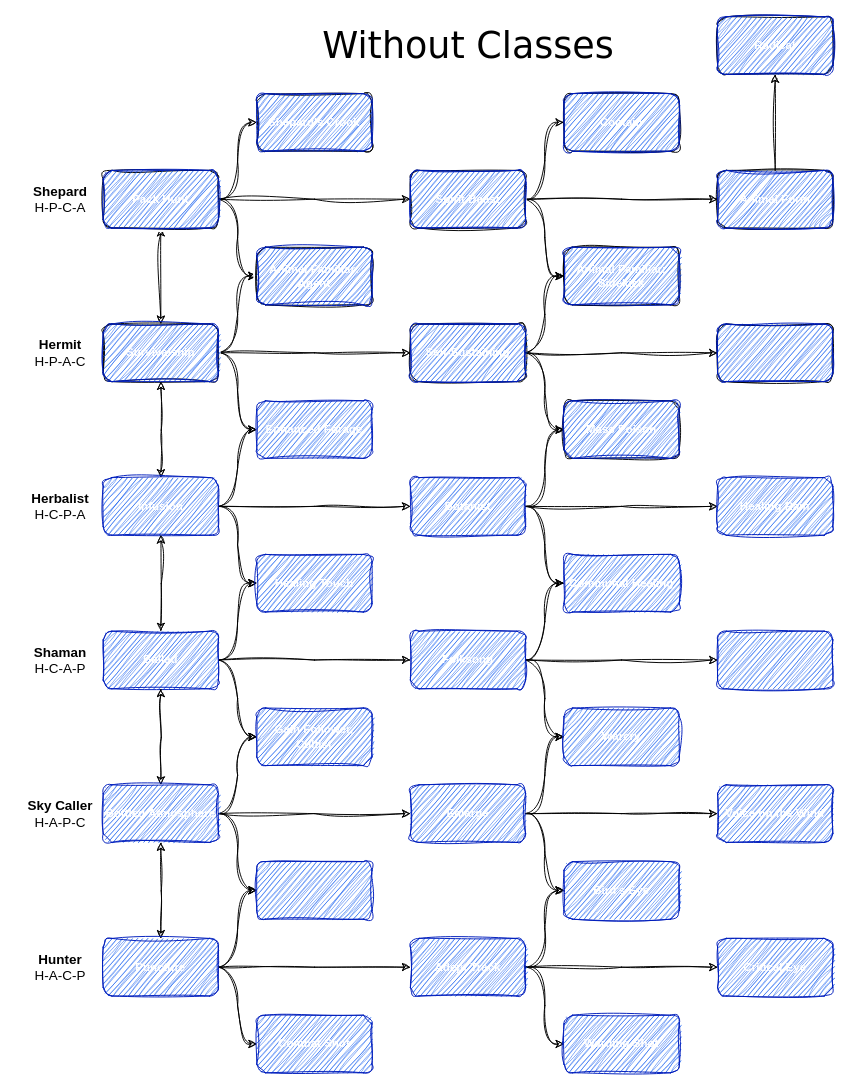
The draw.io diagram handbook/class_trees/without_classes_diagram.drawio in njs992/nialls_adventure_game, before the edit. Source tidied: cells renumbered, new cells numbered last; positions are measured from the earlier drawing's top-left corner, leaving out a move shared by most shapes. Both pictures are drawn from the tidied source at 96%, with x=0, y=0 at pixel (16, 16).
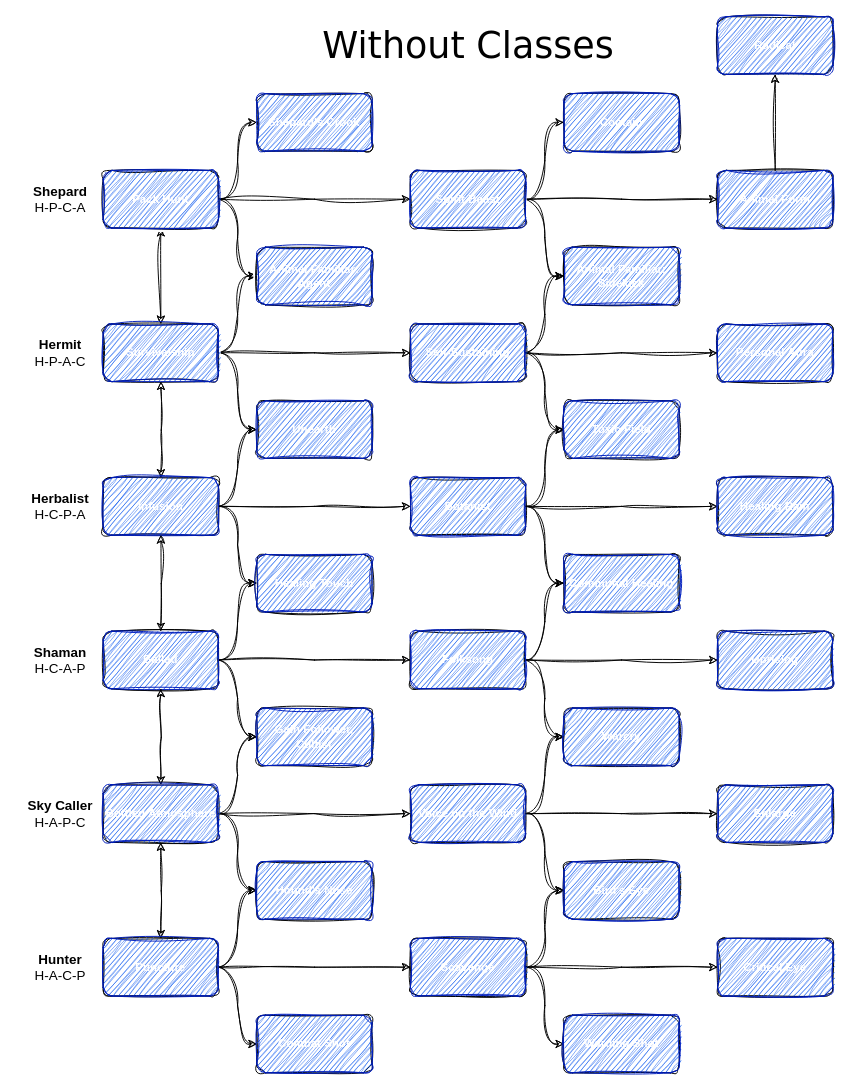
The same diagram, later.

Change to the diagram source:
```diff
@@
+    <mxCell id="96" style="rounded=1;whiteSpace=wrap;html=1;labelBackgroundColor=none;sketch=1;curveFitting=1;jiggle=2;" parent="1" vertex="1">
+      <mxGeometry x="250" y="400" width="120" height="60" as="geometry" />
+    </mxCell>
+    <mxCell id="97" style="rounded=1;whiteSpace=wrap;html=1;labelBackgroundColor=none;sketch=1;curveFitting=1;jiggle=2;" parent="1" vertex="1">
+      <mxGeometry x="90" y="480" width="120" height="60" as="geometry" />
+    </mxCell>
+    <mxCell id="98" style="rounded=1;whiteSpace=wrap;html=1;labelBackgroundColor=none;sketch=1;curveFitting=1;jiggle=2;" parent="1" vertex="1">
+      <mxGeometry x="410" y="480" width="120" height="60" as="geometry" />
+    </mxCell>
+    <mxCell id="99" style="rounded=1;whiteSpace=wrap;html=1;labelBackgroundColor=none;sketch=1;curveFitting=1;jiggle=2;" parent="1" vertex="1">
+      <mxGeometry x="730" y="480" width="120" height="60" as="geometry" />
+    </mxCell>
+    <mxCell id="100" style="rounded=1;whiteSpace=wrap;html=1;labelBackgroundColor=none;sketch=1;curveFitting=1;jiggle=2;" parent="1" vertex="1">
+      <mxGeometry x="250" y="560" width="120" height="60" as="geometry" />
+    </mxCell>
+    <mxCell id="101" style="rounded=1;whiteSpace=wrap;html=1;labelBackgroundColor=none;sketch=1;curveFitting=1;jiggle=2;" parent="1" vertex="1">
+      <mxGeometry x="570" y="560" width="120" height="60" as="geometry" />
+    </mxCell>
+    <mxCell id="102" style="rounded=1;whiteSpace=wrap;html=1;labelBackgroundColor=none;sketch=1;curveFitting=1;jiggle=2;" parent="1" vertex="1">
+      <mxGeometry x="90" y="640" width="120" height="60" as="geometry" />
+    </mxCell>
+    <mxCell id="103" style="rounded=1;whiteSpace=wrap;html=1;labelBackgroundColor=none;sketch=1;curveFitting=1;jiggle=2;" parent="1" vertex="1">
+      <mxGeometry x="410" y="640" width="120" height="60" as="geometry" />
+    </mxCell>
+    <mxCell id="104" style="rounded=1;whiteSpace=wrap;html=1;labelBackgroundColor=none;sketch=1;curveFitting=1;jiggle=2;" parent="1" vertex="1">
+      <mxGeometry x="730" y="640" width="120" height="60" as="geometry" />
+    </mxCell>
+    <mxCell id="105" style="rounded=1;whiteSpace=wrap;html=1;labelBackgroundColor=none;sketch=1;curveFitting=1;jiggle=2;" parent="1" vertex="1">
+      <mxGeometry x="250" y="720" width="120" height="60" as="geometry" />
+    </mxCell>
+    <mxCell id="106" style="rounded=1;whiteSpace=wrap;html=1;labelBackgroundColor=none;sketch=1;curveFitting=1;jiggle=2;" parent="1" vertex="1">
+      <mxGeometry x="570" y="720" width="120" height="60" as="geometry" />
+    </mxCell>
+    <mxCell id="107" style="rounded=1;whiteSpace=wrap;html=1;labelBackgroundColor=none;sketch=1;curveFitting=1;jiggle=2;" parent="1" vertex="1">
+      <mxGeometry x="90" y="800" width="120" height="60" as="geometry" />
+    </mxCell>
+    <mxCell id="108" style="rounded=1;whiteSpace=wrap;html=1;labelBackgroundColor=none;sketch=1;curveFitting=1;jiggle=2;" parent="1" vertex="1">
+      <mxGeometry x="410" y="800" width="120" height="60" as="geometry" />
+    </mxCell>
+    <mxCell id="109" style="rounded=1;whiteSpace=wrap;html=1;labelBackgroundColor=none;sketch=1;curveFitting=1;jiggle=2;" parent="1" vertex="1">
+      <mxGeometry x="730" y="800" width="120" height="60" as="geometry" />
+    </mxCell>
+    <mxCell id="110" style="rounded=1;whiteSpace=wrap;html=1;labelBackgroundColor=none;sketch=1;curveFitting=1;jiggle=2;" parent="1" vertex="1">
+      <mxGeometry x="250" y="880" width="120" height="60" as="geometry" />
+    </mxCell>
+    <mxCell id="111" style="rounded=1;whiteSpace=wrap;html=1;labelBackgroundColor=none;sketch=1;curveFitting=1;jiggle=2;" parent="1" vertex="1">
+      <mxGeometry x="570" y="880" width="120" height="60" as="geometry" />
+    </mxCell>
+    <mxCell id="112" style="rounded=1;whiteSpace=wrap;html=1;labelBackgroundColor=none;sketch=1;curveFitting=1;jiggle=2;" parent="1" vertex="1">
+      <mxGeometry x="730" y="960" width="120" height="60" as="geometry" />
+    </mxCell>
+    <mxCell id="113" style="rounded=1;whiteSpace=wrap;html=1;labelBackgroundColor=none;sketch=1;curveFitting=1;jiggle=2;" parent="1" vertex="1">
+      <mxGeometry x="410" y="960" width="120" height="60" as="geometry" />
+    </mxCell>
+    <mxCell id="114" style="rounded=1;whiteSpace=wrap;html=1;labelBackgroundColor=none;sketch=1;curveFitting=1;jiggle=2;" parent="1" vertex="1">
+      <mxGeometry x="90" y="960" width="120" height="60" as="geometry" />
+    </mxCell>
+    <mxCell id="115" style="rounded=1;whiteSpace=wrap;html=1;labelBackgroundColor=none;sketch=1;curveFitting=1;jiggle=2;" parent="1" vertex="1">
+      <mxGeometry x="250" y="1040" width="120" height="60" as="geometry" />
+    </mxCell>
+    <mxCell id="116" style="rounded=1;whiteSpace=wrap;html=1;labelBackgroundColor=none;sketch=1;curveFitting=1;jiggle=2;" parent="1" vertex="1">
+      <mxGeometry x="570" y="1040" width="120" height="60" as="geometry" />
+    </mxCell>
@@
-    <mxCell id="19" value="Enhanced Forage" style="rounded=1;whiteSpace=wrap;html=1;labelBackgroundColor=none;fillColor=#0050ef;strokeColor=#001DBC;fontColor=#ffffff;sketch=1;curveFitting=1;jiggle=2;fontStyle=1;" parent="1" vertex="1">
+    <mxCell id="19" value="Unearth" style="rounded=1;whiteSpace=wrap;html=1;labelBackgroundColor=none;fillColor=#0050ef;strokeColor=#001DBC;fontColor=#ffffff;sketch=1;curveFitting=1;jiggle=2;fontStyle=1;" parent="1" vertex="1">
       <mxGeometry x="250" y="400" width="120" height="60" as="geometry" />
     </mxCell>
@@
-    <mxCell id="37" style="rounded=1;whiteSpace=wrap;html=1;labelBackgroundColor=none;fillColor=#0050ef;strokeColor=#001DBC;fontColor=#ffffff;sketch=1;curveFitting=1;jiggle=2;fontStyle=1;" parent="1" vertex="1">
+    <mxCell id="37" value="Hound's Nose" style="rounded=1;whiteSpace=wrap;html=1;labelBackgroundColor=none;fillColor=#0050ef;strokeColor=#001DBC;fontColor=#ffffff;sketch=1;curveFitting=1;jiggle=2;fontStyle=1;" parent="1" vertex="1">
       <mxGeometry x="250" y="880" width="120" height="60" as="geometry" />
     </mxCell>
@@
-    <mxCell id="62" value="Enlarge" style="rounded=1;whiteSpace=wrap;html=1;labelBackgroundColor=none;fillColor=#0050ef;strokeColor=#001DBC;fontColor=#ffffff;sketch=1;curveFitting=1;jiggle=2;fontStyle=1;" parent="1" vertex="1">
+    <mxCell id="62" value="Voice on the Wind" style="rounded=1;whiteSpace=wrap;html=1;labelBackgroundColor=none;fillColor=#0050ef;strokeColor=#001DBC;fontColor=#ffffff;sketch=1;curveFitting=1;jiggle=2;fontStyle=1;" parent="1" vertex="1">
       <mxGeometry x="410" y="800" width="120" height="60" as="geometry" />
     </mxCell>
@@
-    <mxCell id="67" value="Adept Track" style="rounded=1;whiteSpace=wrap;html=1;labelBackgroundColor=none;fillColor=#0050ef;strokeColor=#001DBC;fontColor=#ffffff;sketch=1;curveFitting=1;jiggle=2;fontStyle=1;" parent="1" vertex="1">
+    <mxCell id="67" value="Scavenge" style="rounded=1;whiteSpace=wrap;html=1;labelBackgroundColor=none;fillColor=#0050ef;strokeColor=#001DBC;fontColor=#ffffff;sketch=1;curveFitting=1;jiggle=2;fontStyle=1;" parent="1" vertex="1">
       <mxGeometry x="410" y="960" width="120" height="60" as="geometry" />
     </mxCell>
@@
-    <mxCell id="74" style="rounded=1;whiteSpace=wrap;html=1;labelBackgroundColor=none;fillColor=#0050ef;strokeColor=#001DBC;fontColor=#ffffff;sketch=1;curveFitting=1;jiggle=2;fontStyle=1;" parent="1" vertex="1">
+    <mxCell id="74" value="Uprising" style="rounded=1;whiteSpace=wrap;html=1;labelBackgroundColor=none;fillColor=#0050ef;strokeColor=#001DBC;fontColor=#ffffff;sketch=1;curveFitting=1;jiggle=2;fontStyle=1;" parent="1" vertex="1">
       <mxGeometry x="730" y="640" width="120" height="60" as="geometry" />
     </mxCell>
-    <mxCell id="75" value="Voice on the Wind" style="rounded=1;whiteSpace=wrap;html=1;labelBackgroundColor=none;fillColor=#0050ef;strokeColor=#001DBC;fontColor=#ffffff;sketch=1;curveFitting=1;jiggle=2;fontStyle=1;" parent="1" vertex="1">
+    <mxCell id="75" value="Enlarge" style="rounded=1;whiteSpace=wrap;html=1;labelBackgroundColor=none;fillColor=#0050ef;strokeColor=#001DBC;fontColor=#ffffff;sketch=1;curveFitting=1;jiggle=2;fontStyle=1;" parent="1" vertex="1">
       <mxGeometry x="730" y="800" width="120" height="60" as="geometry" />
     </mxCell>
@@
-    <mxCell id="88" style="rounded=1;whiteSpace=wrap;html=1;labelBackgroundColor=none;fillColor=#0050ef;strokeColor=#001DBC;fontColor=#ffffff;sketch=1;curveFitting=1;jiggle=2;fontStyle=1;" parent="1" vertex="1">
+    <mxCell id="88" value="Personal Aura" style="rounded=1;whiteSpace=wrap;html=1;labelBackgroundColor=none;fillColor=#0050ef;strokeColor=#001DBC;fontColor=#ffffff;sketch=1;curveFitting=1;jiggle=2;fontStyle=1;" parent="1" vertex="1">
       <mxGeometry x="730" y="320" width="120" height="60" as="geometry" />
     </mxCell>
-    <mxCell id="89" value="Mass Poison" style="rounded=1;whiteSpace=wrap;html=1;labelBackgroundColor=none;fillColor=#0050ef;strokeColor=#001DBC;fontColor=#ffffff;sketch=1;curveFitting=1;jiggle=2;fontStyle=1;" parent="1" vertex="1">
+    <mxCell id="89" value="Toxic Field" style="rounded=1;whiteSpace=wrap;html=1;labelBackgroundColor=none;fillColor=#0050ef;strokeColor=#001DBC;fontColor=#ffffff;sketch=1;curveFitting=1;jiggle=2;fontStyle=1;" parent="1" vertex="1">
       <mxGeometry x="570" y="400" width="120" height="60" as="geometry" />
     </mxCell>
```
